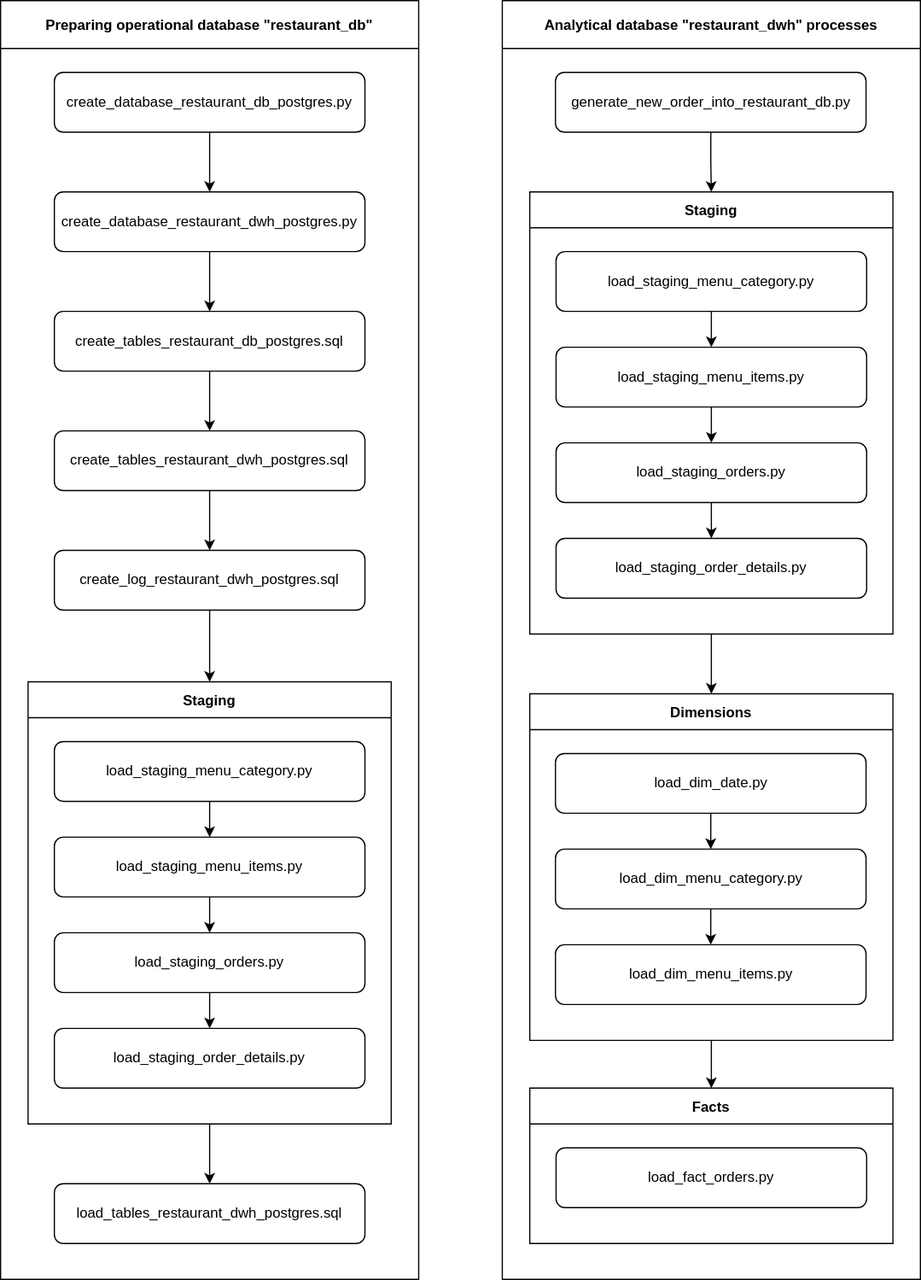
Above: Flow_v1.drawio.svg in rviktoria/restaurant-dwh (draw.io), before the change. Source tidied: cells renumbered, new cells last; positions are measured from the earlier drawing's top-left corner, leaving out a move shared by most shapes.
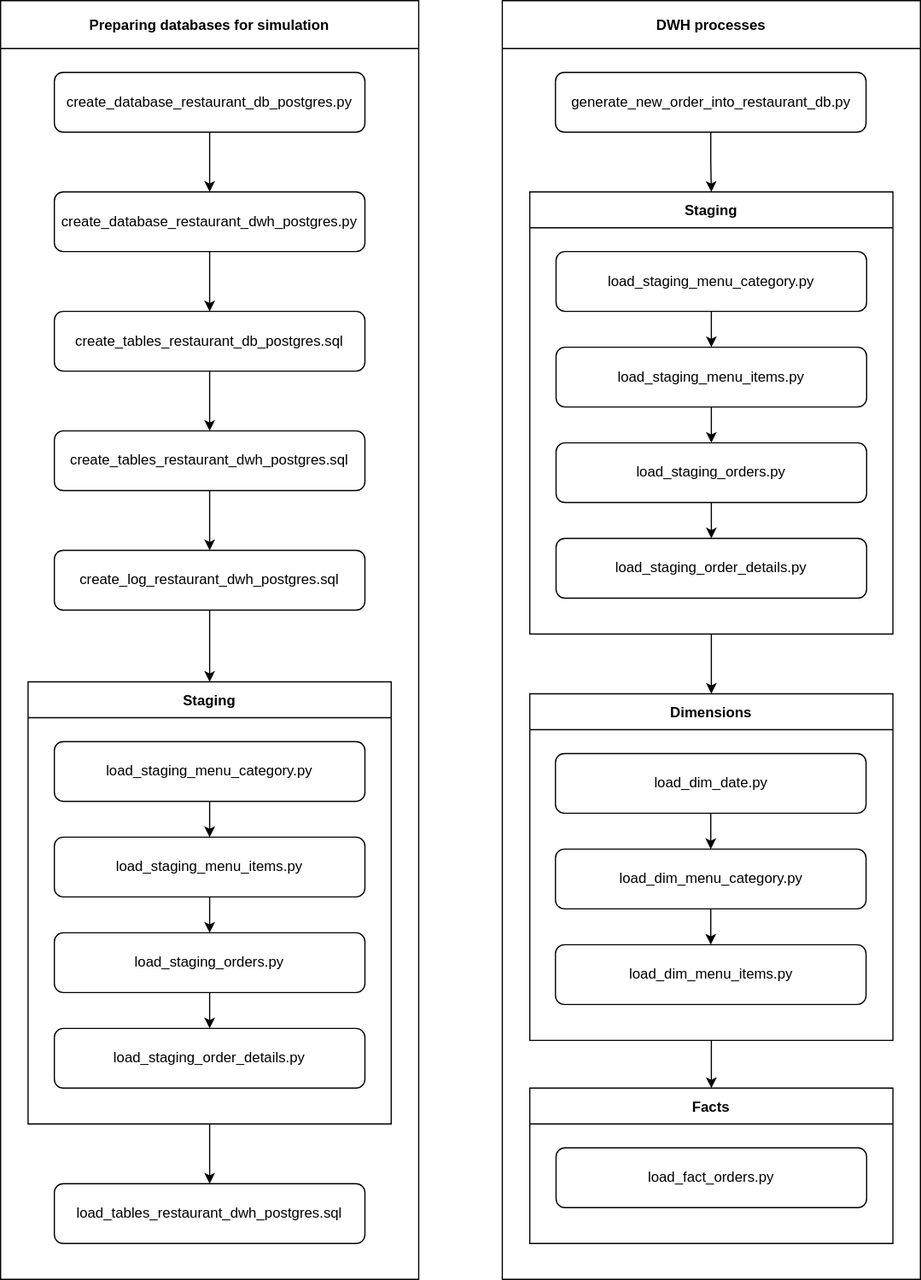
The same diagram one commit later.

Diff of the diagram source:
```diff
@@ -2,7 +2,7 @@
   <root>
     <mxCell id="0" />
     <mxCell id="1" parent="0" />
-    <mxCell id="2" value="Preparing operational database &quot;restaurant_db&quot;" style="swimlane;startSize=40;" parent="1" vertex="1">
+    <mxCell id="2" value="Preparing databases for simulation" style="swimlane;startSize=40;" parent="1" vertex="1">
       <mxGeometry width="350" height="1070" as="geometry" />
     </mxCell>
     <mxCell id="3" style="edgeStyle=orthogonalEdgeStyle;rounded=0;jettySize=auto;html=1;entryX=0.5;entryY=0;entryDx=0;entryDy=0;" parent="2" edge="1" source="4" target="8">
@@ -65,7 +65,7 @@
     <mxCell id="22" value="load_staging_order_details.py" style="rounded=1;whiteSpace=wrap;html=1;" parent="15" vertex="1">
       <mxGeometry x="22" y="290" width="260" height="50" as="geometry" />
     </mxCell>
-    <mxCell id="23" value="Analytical database &quot;restaurant_dwh&quot; processes" style="swimlane;startSize=40;" parent="1" vertex="1">
+    <mxCell id="23" value="DWH processes" style="swimlane;startSize=40;" parent="1" vertex="1">
       <mxGeometry x="420" width="350" height="1070" as="geometry" />
     </mxCell>
     <mxCell id="24" style="edgeStyle=orthogonalEdgeStyle;rounded=0;jettySize=auto;html=1;entryX=0.5;entryY=0;entryDx=0;entryDy=0;" parent="23" edge="1" source="25" target="27">
```
